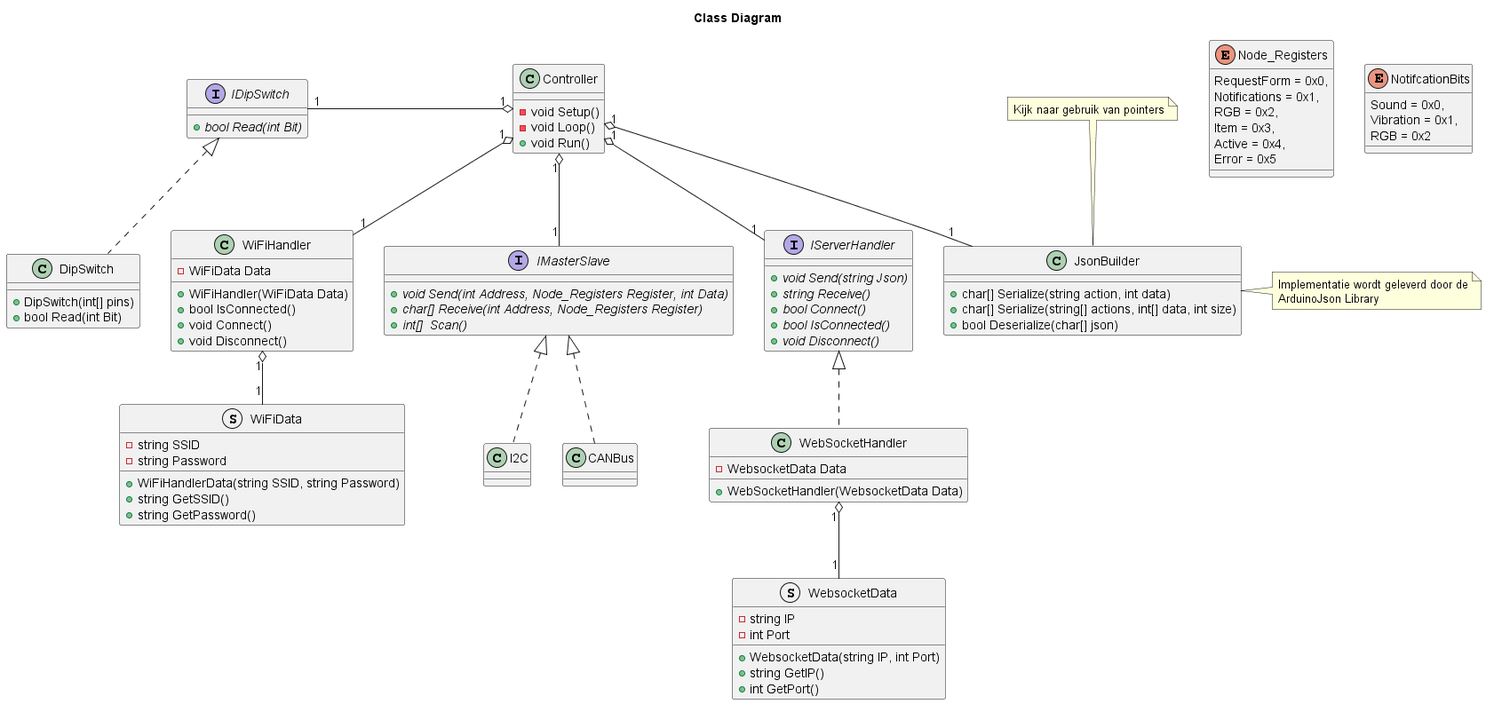
Before: Designs/ESP-32/Design/ClassDiagram.png, a diagram exported from PlantUML (T3-FindIt/FindIt). The source it was exported from:
```plantuml
@startuml ClassDiagram
Title Class Diagram

Class Controller
{
    {method} - void Setup()
    {method} - void Loop()
    {method} + void Run()
}

Interface IServerHandler
{
    {abstract} + void Send(string Json)
    {abstract} + string Receive()
    {abstract} + bool Connect()
    {abstract} + bool IsConnected()
    {abstract} + void Disconnect()
}

Class WiFiHandler
{
    {field} - WiFiData Data
    {method} + WiFiHandler(WiFiData Data)
    {method} + bool IsConnected()
    {method} + void Connect()
    {method} + void Disconnect()
}

Class WebSocketHandler
{
    {field} - WebsocketData Data
    {method} + WebSocketHandler(WebsocketData Data)
}

Struct WebsocketData
{
    {field} - string IP
    {field} - int Port

    {method} + WebsocketData(string IP, int Port)
    {method} + string GetIP()
    {method} + int GetPort()
}

Struct WiFiData
{
    {field} - string SSID
    {field} - string Password

    {method} + WiFiHandlerData(string SSID, string Password)
    {method} + string GetSSID()
    {method} + string GetPassword()
}

Interface IDipSwitch
{
    {abstract} + bool Read(int Bit)
}

class DipSwitch
{
    {method} + DipSwitch(int[] pins)
    {method} + bool Read(int Bit)
}


Interface IMasterSlave
{
    {abstract} + void Send(int Address, Node_Registers Register, int Data)
    {abstract} + char[] Receive(int Address, Node_Registers Register)
    {abstract} + int[]  Scan()
}

enum Node_Registers
{
    RequestForm = 0x0,
    Notifications = 0x1,
    RGB = 0x2,
    Item = 0x3,
    Active = 0x4,
    Error = 0x5
}

enum NotifcationBits
{
    Sound = 0x0,
    Vibration = 0x1,
    RGB = 0x2
}


Class JsonBuilder
{
    {method} + char[] Serialize(string action, int data)
    {method} + char[] Serialize(string[] actions, int[] data, int size)
    {method} + bool Deserialize(char[] json)
}

note right of JsonBuilder : Implementatie wordt geleverd door de\nArduinoJson Library
note top of JsonBuilder : Kijk naar gebruik van pointers

Class CANBus
Class I2C

IMasterSlave <|.. I2C
IMasterSlave <|.. CANBus
IDipSwitch <|.. DipSwitch
IServerHandler <|.. WebSocketHandler

Controller "1" o-- "1" WiFiHandler
Controller "1" o-- "1" IMasterSlave
Controller "1" o-- "1" JsonBuilder
Controller "1" o-left- "1" IDipSwitch
Controller "1" o-- "1" IServerHandler

WiFiHandler "1" o-- "1" WiFiData
WebSocketHandler "1" o-- "1" WebsocketData


@enduml
```
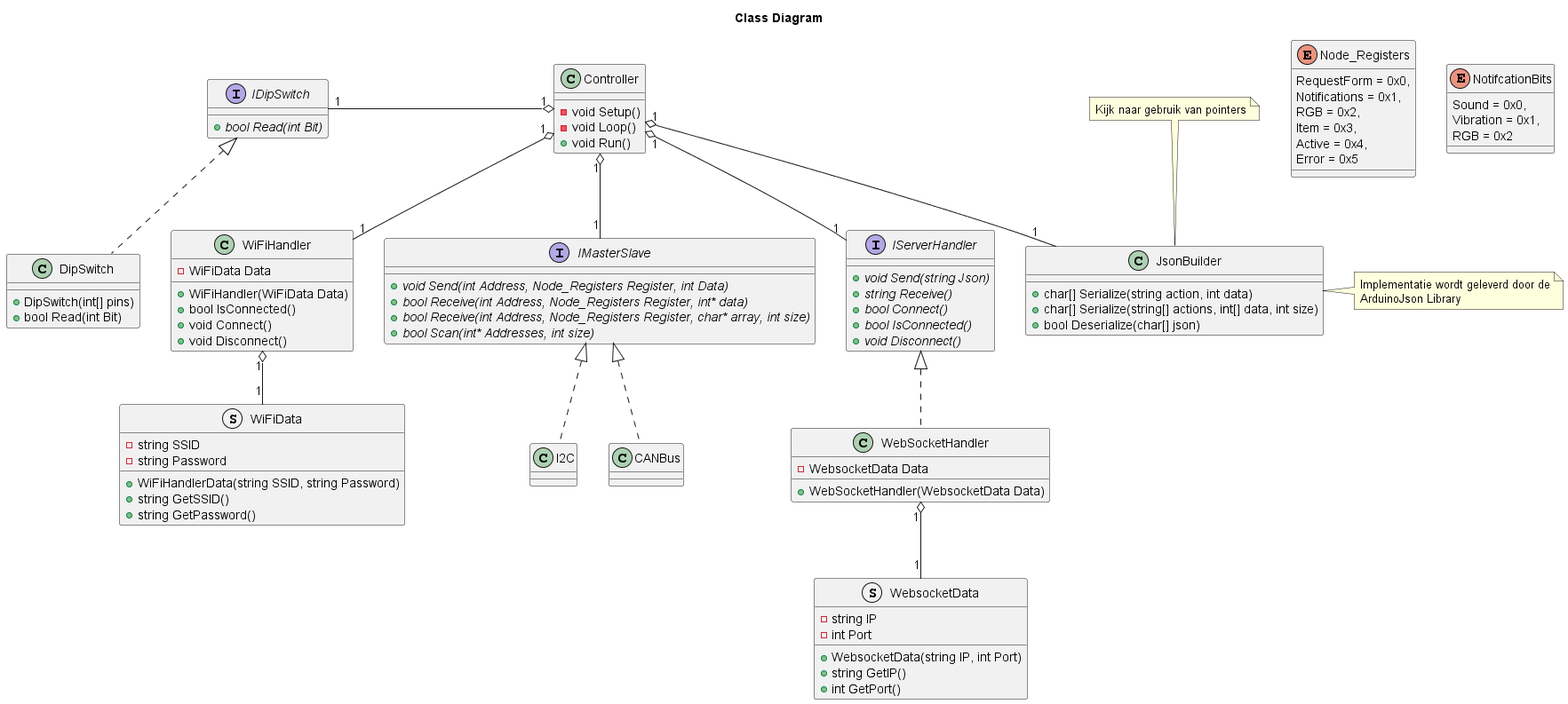
Later version of the same file.

Commit message:
Fixed Fault with CPP standard

The edit, as a diff of the source:
```diff
@@ -67,8 +67,9 @@
 Interface IMasterSlave
 {
     {abstract} + void Send(int Address, Node_Registers Register, int Data)
-    {abstract} + char[] Receive(int Address, Node_Registers Register)
-    {abstract} + int[]  Scan()
+    {abstract} + bool Receive(int Address, Node_Registers Register, int* data)
+    {abstract} + bool Receive(int Address, Node_Registers Register, char* array, int size)
+    {abstract} + bool Scan(int* Addresses, int size)
 }
 
 enum Node_Registers
```
